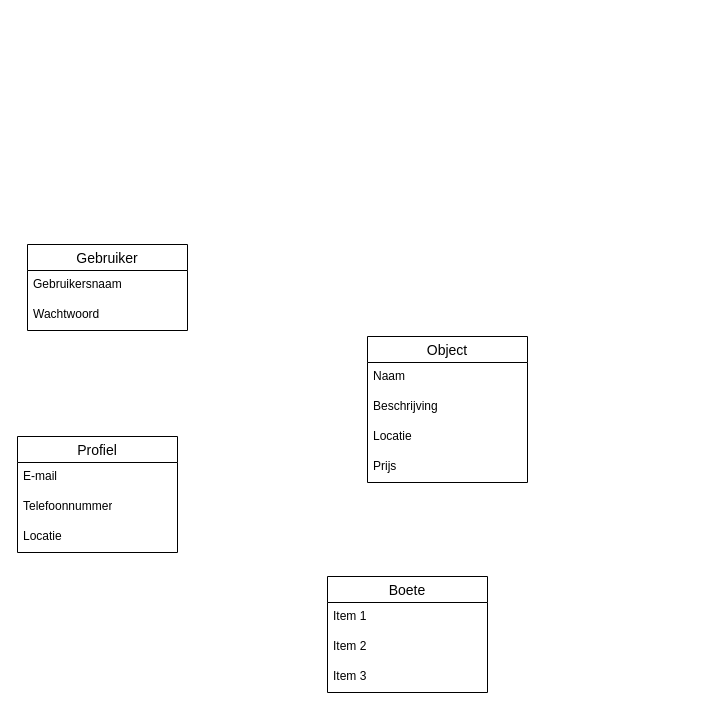
The draw.io diagram page "Domeinmodel" (2 of 2) of analysis/Modellen.drawio in UCLL-Full-stack/project2425-group1-16, before the edit. Source tidied: cells renumbered, new cells numbered last; positions are measured from the earlier drawing's top-left corner, leaving out a move shared by most shapes. Both pictures are drawn from the tidied source at 100%, with x=0, y=0 at pixel (17, 244).
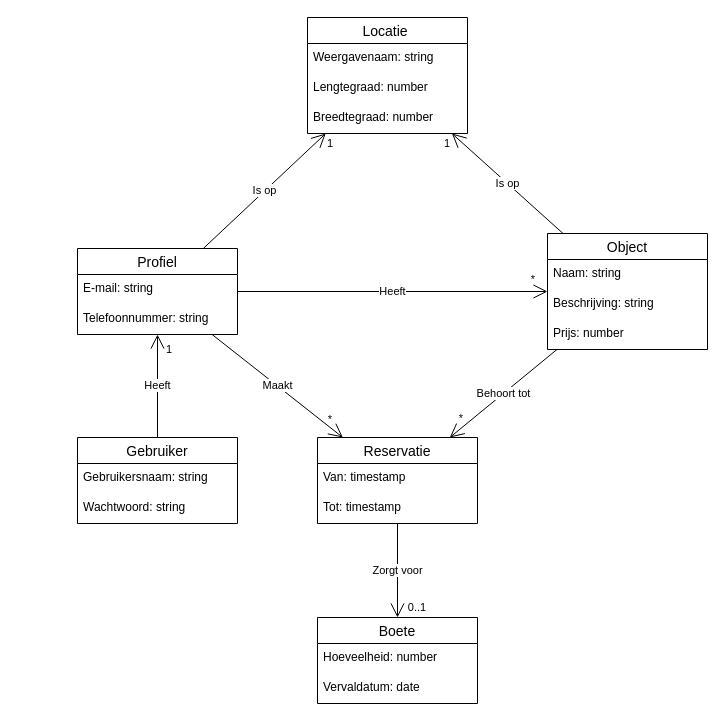
The same diagram, later.

What changed in the source:
```diff
@@
     <mxCell id="2" value="Gebruiker" style="swimlane;fontStyle=0;horizontal=1;startSize=26;align=center;fontSize=14;" parent="1" vertex="1">
-      <mxGeometry x="10" width="160" height="86" as="geometry" />
+      <mxGeometry x="60" y="193" width="160" height="86" as="geometry" />
     </mxCell>
-    <mxCell id="3" value="Gebruikersnaam" style="text;strokeColor=none;fillColor=none;spacingLeft=4;spacingRight=4;overflow=hidden;fontSize=12;whiteSpace=wrap;html=1;" parent="2" vertex="1">
+    <mxCell id="3" value="Gebruikersnaam: string" style="text;strokeColor=none;fillColor=none;spacingLeft=4;spacingRight=4;overflow=hidden;fontSize=12;whiteSpace=wrap;html=1;" parent="2" vertex="1">
       <mxGeometry y="26" width="160" height="30" as="geometry" />
     </mxCell>
-    <mxCell id="4" value="Wachtwoord" style="text;strokeColor=none;fillColor=none;spacingLeft=4;spacingRight=4;overflow=hidden;fontSize=12;whiteSpace=wrap;html=1;" parent="2" vertex="1">
+    <mxCell id="4" value="Wachtwoord: string" style="text;strokeColor=none;fillColor=none;spacingLeft=4;spacingRight=4;overflow=hidden;fontSize=12;whiteSpace=wrap;html=1;" parent="2" vertex="1">
       <mxGeometry y="56" width="160" height="30" as="geometry" />
     </mxCell>
     <mxCell id="5" value="Profiel" style="swimlane;fontStyle=0;horizontal=1;startSize=26;align=center;fontSize=14;" parent="1" vertex="1">
-      <mxGeometry y="192" width="160" height="116" as="geometry" />
+      <mxGeometry x="60" y="4" width="160" height="86" as="geometry" />
     </mxCell>
-    <mxCell id="6" value="E-mail" style="text;strokeColor=none;fillColor=none;spacingLeft=4;spacingRight=4;overflow=hidden;fontSize=12;whiteSpace=wrap;html=1;" parent="5" vertex="1">
+    <mxCell id="6" value="E-mail: string&lt;span style=&quot;white-space: pre;&quot;&gt;&#9;&lt;/span&gt;&lt;span style=&quot;white-space: pre;&quot;&gt;&#9;&lt;/span&gt;" style="text;strokeColor=none;fillColor=none;spacingLeft=4;spacingRight=4;overflow=hidden;fontSize=12;whiteSpace=wrap;html=1;" parent="5" vertex="1">
       <mxGeometry y="26" width="160" height="30" as="geometry" />
     </mxCell>
-    <mxCell id="7" value="Telefoonnummer" style="text;strokeColor=none;fillColor=none;spacingLeft=4;spacingRight=4;overflow=hidden;fontSize=12;whiteSpace=wrap;html=1;" parent="5" vertex="1">
+    <mxCell id="7" value="Telefoonnummer: string" style="text;strokeColor=none;fillColor=none;spacingLeft=4;spacingRight=4;overflow=hidden;fontSize=12;whiteSpace=wrap;html=1;" parent="5" vertex="1">
       <mxGeometry y="56" width="160" height="30" as="geometry" />
     </mxCell>
-    <mxCell id="8" value="Locatie" style="text;strokeColor=none;fillColor=none;spacingLeft=4;spacingRight=4;overflow=hidden;fontSize=12;whiteSpace=wrap;html=1;" parent="5" vertex="1">
-      <mxGeometry y="86" width="160" height="30" as="geometry" />
-    </mxCell>
     <mxCell id="9" value="Object" style="swimlane;fontStyle=0;horizontal=1;startSize=26;align=center;fontSize=14;" parent="1" vertex="1">
-      <mxGeometry x="350" y="92" width="160" height="146" as="geometry" />
+      <mxGeometry x="530" y="-11" width="160" height="116" as="geometry" />
     </mxCell>
-    <mxCell id="10" value="Naam" style="text;strokeColor=none;fillColor=none;spacingLeft=4;spacingRight=4;overflow=hidden;fontSize=12;whiteSpace=wrap;html=1;" parent="9" vertex="1">
+    <mxCell id="10" value="Naam: string" style="text;strokeColor=none;fillColor=none;spacingLeft=4;spacingRight=4;overflow=hidden;fontSize=12;whiteSpace=wrap;html=1;" parent="9" vertex="1">
       <mxGeometry y="26" width="160" height="30" as="geometry" />
     </mxCell>
-    <mxCell id="11" value="Beschrijving" style="text;strokeColor=none;fillColor=none;spacingLeft=4;spacingRight=4;overflow=hidden;fontSize=12;whiteSpace=wrap;html=1;" parent="9" vertex="1">
+    <mxCell id="11" value="Beschrijving: string" style="text;strokeColor=none;fillColor=none;spacingLeft=4;spacingRight=4;overflow=hidden;fontSize=12;whiteSpace=wrap;html=1;" parent="9" vertex="1">
       <mxGeometry y="56" width="160" height="30" as="geometry" />
     </mxCell>
-    <mxCell id="12" value="Locatie" style="text;strokeColor=none;fillColor=none;spacingLeft=4;spacingRight=4;overflow=hidden;fontSize=12;whiteSpace=wrap;html=1;" parent="9" vertex="1">
-      <mxGeometry y="86" width="160" height="30" as="geometry" />
-    </mxCell>
-    <mxCell id="13" value="Prijs" style="text;strokeColor=none;fillColor=none;spacingLeft=4;spacingRight=4;overflow=hidden;fontSize=12;whiteSpace=wrap;html=1;" parent="9" vertex="1">
-      <mxGeometry y="116" width="160" height="30" as="geometry" />
+    <mxCell id="13" value="Prijs: number" style="text;strokeColor=none;fillColor=none;spacingLeft=4;spacingRight=4;overflow=hidden;fontSize=12;whiteSpace=wrap;html=1;" parent="9" vertex="1">
+      <mxGeometry y="86" width="160" height="30" as="geometry" />
     </mxCell>
     <mxCell id="14" value="Boete" style="swimlane;fontStyle=0;horizontal=1;startSize=26;align=center;fontSize=14;" parent="1" vertex="1">
-      <mxGeometry x="310" y="332" width="160" height="116" as="geometry" />
+      <mxGeometry x="300" y="373" width="160" height="86" as="geometry" />
     </mxCell>
-    <mxCell id="15" value="Item 1" style="text;strokeColor=none;fillColor=none;spacingLeft=4;spacingRight=4;overflow=hidden;fontSize=12;whiteSpace=wrap;html=1;" parent="14" vertex="1">
+    <mxCell id="15" value="Hoeveelheid: number" style="text;strokeColor=none;fillColor=none;spacingLeft=4;spacingRight=4;overflow=hidden;fontSize=12;whiteSpace=wrap;html=1;" parent="14" vertex="1">
       <mxGeometry y="26" width="160" height="30" as="geometry" />
     </mxCell>
-    <mxCell id="16" value="Item 2" style="text;strokeColor=none;fillColor=none;spacingLeft=4;spacingRight=4;overflow=hidden;fontSize=12;whiteSpace=wrap;html=1;" parent="14" vertex="1">
+    <mxCell id="16" value="Vervaldatum: date" style="text;strokeColor=none;fillColor=none;spacingLeft=4;spacingRight=4;overflow=hidden;fontSize=12;whiteSpace=wrap;html=1;" parent="14" vertex="1">
       <mxGeometry y="56" width="160" height="30" as="geometry" />
     </mxCell>
-    <mxCell id="17" value="Item 3" style="text;strokeColor=none;fillColor=none;spacingLeft=4;spacingRight=4;overflow=hidden;fontSize=12;whiteSpace=wrap;html=1;" parent="14" vertex="1">
-      <mxGeometry y="86" width="160" height="30" as="geometry" />
-    </mxCell>
+    <mxCell id="18" value="Locatie " style="swimlane;fontStyle=0;horizontal=1;startSize=26;align=center;fontSize=14;" parent="1" vertex="1">
+      <mxGeometry x="290" y="-227" width="160" height="116" as="geometry" />
+    </mxCell>
+    <mxCell id="19" value="Weergavenaam: string" style="text;strokeColor=none;fillColor=none;spacingLeft=4;spacingRight=4;overflow=hidden;fontSize=12;whiteSpace=wrap;html=1;" parent="18" vertex="1">
+      <mxGeometry y="26" width="160" height="30" as="geometry" />
+    </mxCell>
+    <mxCell id="20" value="Lengtegraad: number" style="text;strokeColor=none;fillColor=none;spacingLeft=4;spacingRight=4;overflow=hidden;fontSize=12;whiteSpace=wrap;html=1;" parent="18" vertex="1">
+      <mxGeometry y="56" width="160" height="30" as="geometry" />
+    </mxCell>
+    <mxCell id="21" value="Breedtegraad: number" style="text;strokeColor=none;fillColor=none;spacingLeft=4;spacingRight=4;overflow=hidden;fontSize=12;whiteSpace=wrap;html=1;" parent="18" vertex="1">
+      <mxGeometry y="86" width="160" height="30" as="geometry" />
+    </mxCell>
+    <mxCell id="22" value="Heeft" style="endArrow=open;endSize=12;html=1;rounded=0;" parent="1" edge="1" source="2" target="5">
+      <mxGeometry relative="1" as="geometry" />
+    </mxCell>
+    <mxCell id="23" value="Heeft" style="endArrow=open;endSize=12;html=1;rounded=0;" parent="1" edge="1" source="5" target="9">
+      <mxGeometry relative="1" as="geometry" />
+    </mxCell>
+    <mxCell id="24" value="Reservatie" style="swimlane;fontStyle=0;horizontal=1;startSize=26;align=center;fontSize=14;" parent="1" vertex="1">
+      <mxGeometry x="300" y="193" width="160" height="86" as="geometry" />
+    </mxCell>
+    <mxCell id="25" value="Van: timestamp" style="text;strokeColor=none;fillColor=none;spacingLeft=4;spacingRight=4;overflow=hidden;fontSize=12;whiteSpace=wrap;html=1;" parent="24" vertex="1">
+      <mxGeometry y="26" width="160" height="30" as="geometry" />
+    </mxCell>
+    <mxCell id="26" value="Tot: timestamp" style="text;strokeColor=none;fillColor=none;spacingLeft=4;spacingRight=4;overflow=hidden;fontSize=12;whiteSpace=wrap;html=1;" parent="24" vertex="1">
+      <mxGeometry y="56" width="160" height="30" as="geometry" />
+    </mxCell>
+    <mxCell id="27" value="Zorgt voor" style="endArrow=open;endSize=12;html=1;rounded=0;" parent="1" edge="1" source="24" target="14">
+      <mxGeometry relative="1" as="geometry" />
+    </mxCell>
+    <mxCell id="28" value="Maakt" style="endArrow=open;endSize=12;html=1;rounded=0;" parent="1" edge="1" source="5" target="24">
+      <mxGeometry relative="1" as="geometry" />
+    </mxCell>
+    <mxCell id="29" value="Behoort tot" style="endArrow=open;endSize=12;html=1;rounded=0;" parent="1" edge="1" source="9" target="24">
+      <mxGeometry relative="1" as="geometry" />
+    </mxCell>
+    <mxCell id="30" value="Is op" style="endArrow=open;endSize=12;html=1;rounded=0;" parent="1" edge="1" source="5" target="18">
+      <mxGeometry relative="1" as="geometry" />
+    </mxCell>
+    <mxCell id="31" value="Is op" style="endArrow=open;endSize=12;html=1;rounded=0;" parent="1" edge="1" source="9" target="18">
+      <mxGeometry relative="1" as="geometry" />
+    </mxCell>
+    <mxCell id="32" value="&lt;font style=&quot;font-size: 11px;&quot;&gt;*&lt;/font&gt;" style="text;html=1;align=center;verticalAlign=middle;whiteSpace=wrap;rounded=0;" parent="1" vertex="1">
+      <mxGeometry x="506" y="25" width="20" height="20" as="geometry" />
+    </mxCell>
+    <mxCell id="33" value="&lt;font style=&quot;font-size: 11px;&quot;&gt;*&lt;/font&gt;" style="text;html=1;align=center;verticalAlign=middle;whiteSpace=wrap;rounded=0;" parent="1" vertex="1">
+      <mxGeometry x="434" y="164" width="20" height="20" as="geometry" />
+    </mxCell>
+    <mxCell id="34" value="&lt;font style=&quot;font-size: 11px;&quot;&gt;*&lt;/font&gt;" style="text;html=1;align=center;verticalAlign=middle;whiteSpace=wrap;rounded=0;" parent="1" vertex="1">
+      <mxGeometry x="303" y="165" width="20" height="20" as="geometry" />
+    </mxCell>
+    <mxCell id="35" value="&lt;font style=&quot;font-size: 11px;&quot;&gt;1&lt;/font&gt;" style="text;html=1;align=center;verticalAlign=middle;whiteSpace=wrap;rounded=0;" parent="1" vertex="1">
+      <mxGeometry x="142" y="95" width="20" height="20" as="geometry" />
+    </mxCell>
+    <mxCell id="36" value="&lt;font style=&quot;font-size: 11px;&quot;&gt;1&lt;/font&gt;" style="text;html=1;align=center;verticalAlign=middle;whiteSpace=wrap;rounded=0;" parent="1" vertex="1">
+      <mxGeometry x="420" y="-111" width="20" height="20" as="geometry" />
+    </mxCell>
+    <mxCell id="37" value="&lt;font style=&quot;font-size: 11px;&quot;&gt;1&lt;/font&gt;" style="text;html=1;align=center;verticalAlign=middle;whiteSpace=wrap;rounded=0;" parent="1" vertex="1">
+      <mxGeometry x="303" y="-111" width="20" height="20" as="geometry" />
+    </mxCell>
+    <mxCell id="38" value="&lt;font style=&quot;font-size: 11px;&quot;&gt;0..1&lt;/font&gt;" style="text;html=1;align=center;verticalAlign=middle;whiteSpace=wrap;rounded=0;" parent="1" vertex="1">
+      <mxGeometry x="390" y="353" width="20" height="20" as="geometry" />
+    </mxCell>
```
